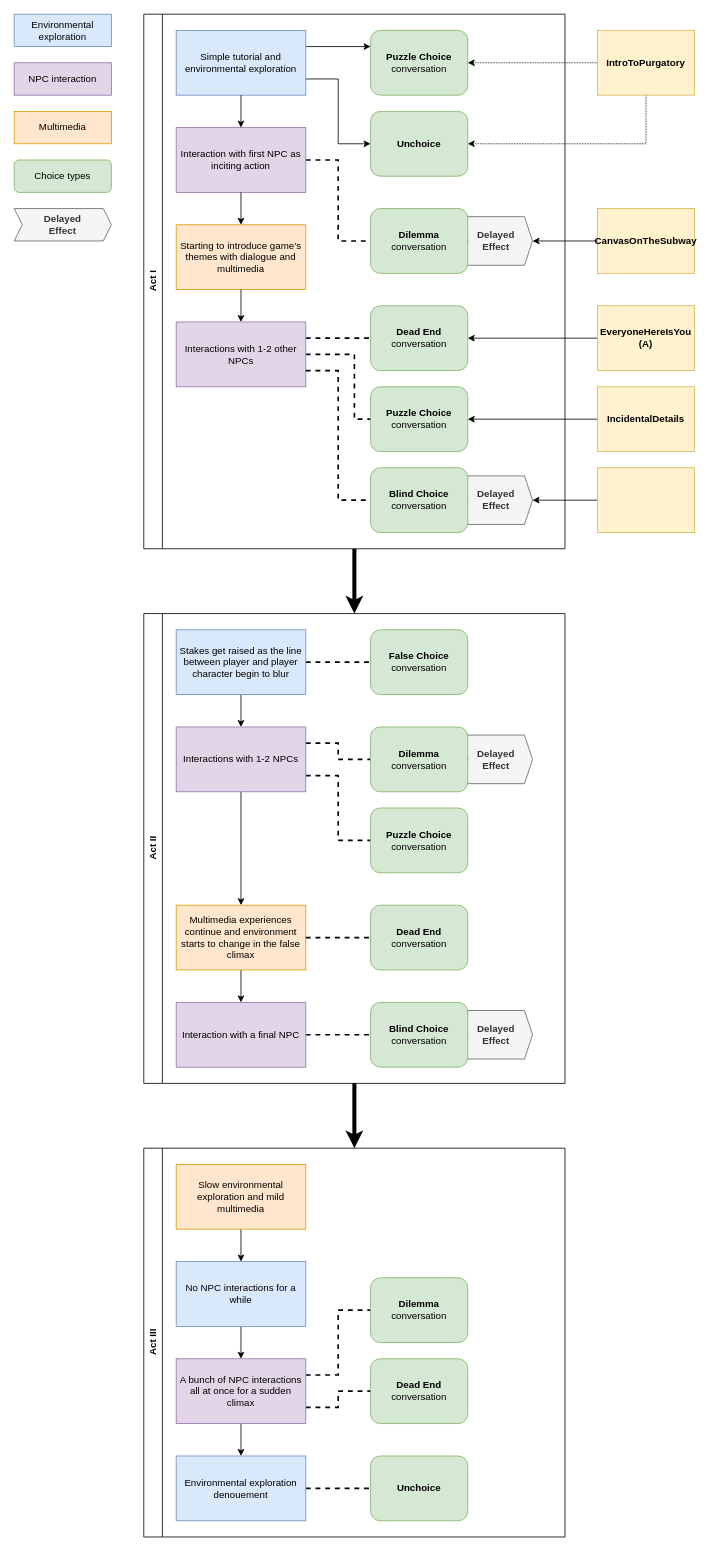
Earlier version of the draw.io diagram Assets/Conversations/PlotStructure.drawio (Owmacohe/UNDERSCORE). Source tidied: cells renumbered, new cells numbered last; positions are measured from the earlier drawing's top-left corner, leaving out a move shared by most shapes. Both pictures are drawn from the tidied source at 81%, with x=0, y=0 at pixel (14, 14).
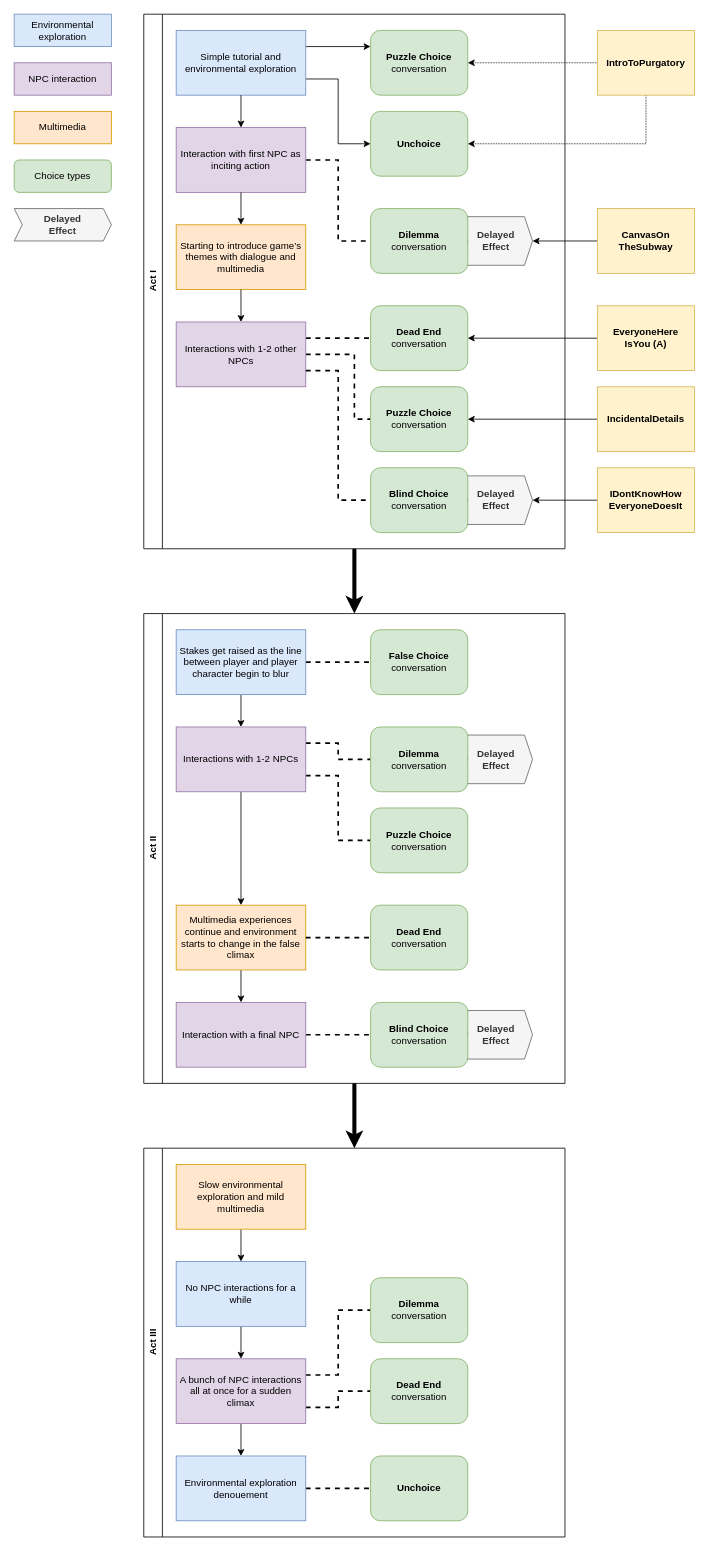
The same diagram, later.

The edit, as a diff of the source:
```diff
@@
-    <mxCell id="69" value="&lt;b&gt;CanvasOnTheSubway&lt;/b&gt;" style="rounded=0;whiteSpace=wrap;html=1;fillColor=#fff2cc;strokeColor=#d6b656;" parent="1" vertex="1">
+    <mxCell id="69" value="&lt;b&gt;CanvasOn&lt;br&gt;TheSubway&lt;/b&gt;" style="rounded=0;whiteSpace=wrap;html=1;fillColor=#fff2cc;strokeColor=#d6b656;" parent="1" vertex="1">
       <mxGeometry x="720" y="240" width="120" height="80" as="geometry" />
     </mxCell>
@@
-    <mxCell id="71" value="EveryoneHereIsYou (A)" style="rounded=0;whiteSpace=wrap;html=1;fillColor=#fff2cc;strokeColor=#d6b656;fontStyle=1;" parent="1" vertex="1">
+    <mxCell id="71" value="EveryoneHere&lt;br&gt;IsYou (A)" style="rounded=0;whiteSpace=wrap;html=1;fillColor=#fff2cc;strokeColor=#d6b656;fontStyle=1;" parent="1" vertex="1">
       <mxGeometry x="720" y="360" width="120" height="80" as="geometry" />
     </mxCell>
@@
-    <mxCell id="73" style="rounded=0;whiteSpace=wrap;html=1;fillColor=#fff2cc;strokeColor=#d6b656;" parent="1" vertex="1">
+    <mxCell id="73" value="IDontKnowHow&lt;br&gt;EveryoneDoesIt" style="rounded=0;whiteSpace=wrap;html=1;fillColor=#fff2cc;strokeColor=#d6b656;fontStyle=1;" parent="1" vertex="1">
       <mxGeometry x="720" y="560" width="120" height="80" as="geometry" />
     </mxCell>
```
